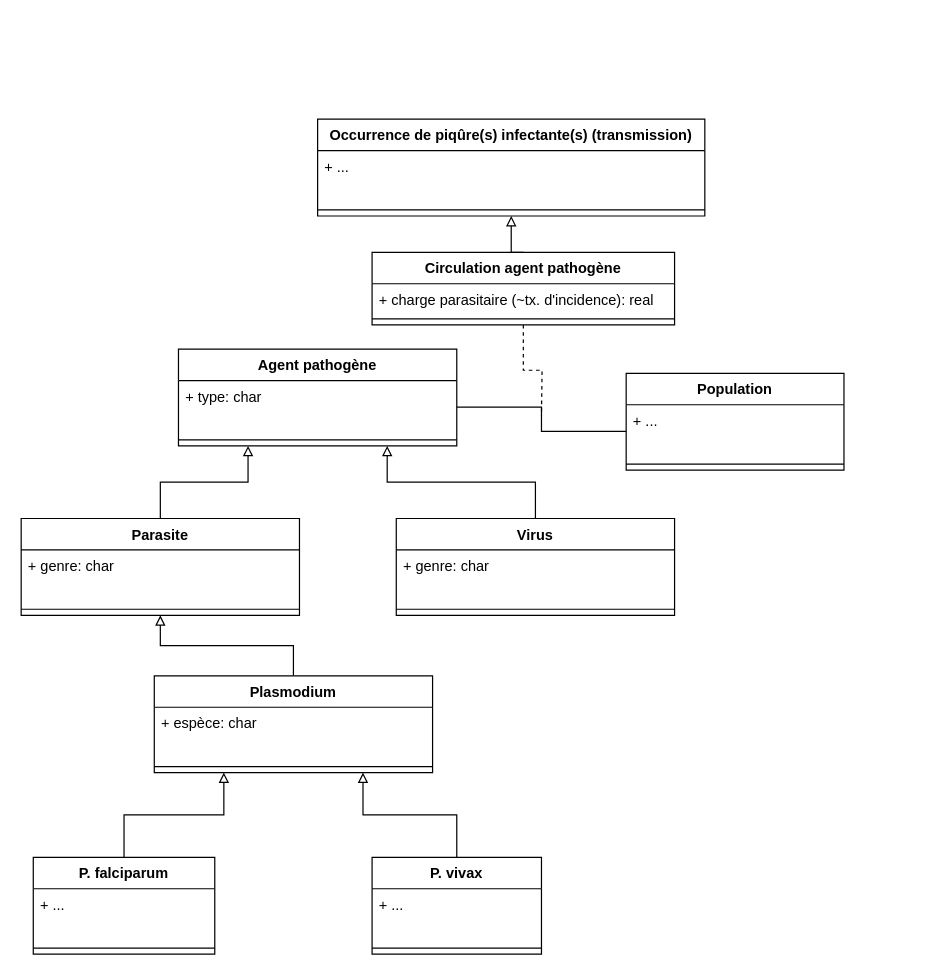
EmmanuelRouxIRD/PROGYSAT-VecTrans keeps this draw.io diagram as transmission.drawio. Above is the earlier version. Source tidied: cells renumbered, new cells numbered last; positions are measured from the earlier drawing's top-left corner, leaving out a move shared by most shapes. Both pictures are drawn from the tidied source at 121%, with x=0, y=0 at pixel (21, 119).
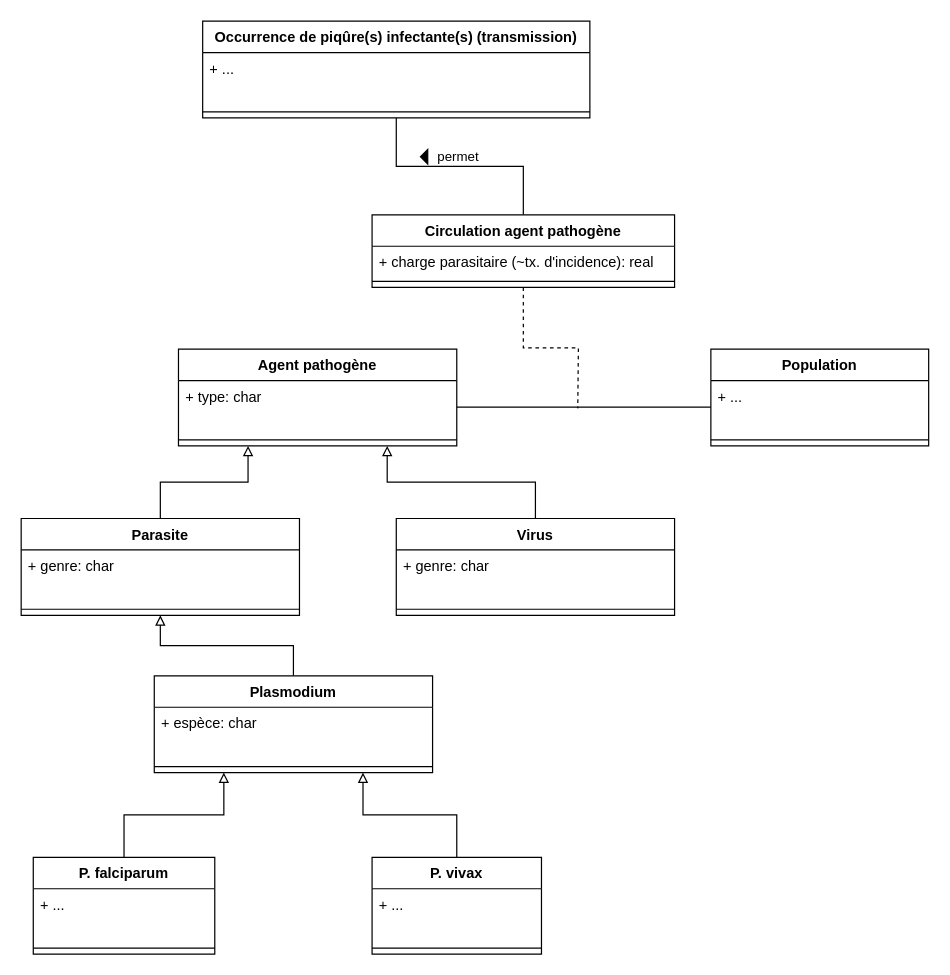
After the change.

What changed in the source:
```diff
@@
     <mxCell id="2" value="Occurrence de piqûre(s) infectante(s) (transmission)" style="swimlane;fontStyle=1;align=center;verticalAlign=top;horizontal=1;startSize=26;" parent="1" vertex="1">
-      <mxGeometry x="245" width="320" height="80" as="geometry" />
+      <mxGeometry x="150" y="-81" width="320" height="80" as="geometry" />
     </mxCell>
@@
-    <mxCell id="5" style="edgeStyle=orthogonalEdgeStyle;rounded=0;jettySize=auto;html=1;exitX=0.5;exitY=0;exitDx=0;exitDy=0;entryX=0.5;entryY=1;entryDx=0;entryDy=0;endArrow=block;endFill=0;" parent="1" edge="1" source="22" target="2">
+    <mxCell id="5" style="edgeStyle=orthogonalEdgeStyle;rounded=0;jettySize=auto;html=1;exitX=0.5;exitY=0;exitDx=0;exitDy=0;entryX=0.5;entryY=1;entryDx=0;entryDy=0;endArrow=none;endFill=0;" parent="1" edge="1" source="22" target="2">
       <mxGeometry relative="1" as="geometry" />
     </mxCell>
+    <mxCell id="37" value="permet" style="edgeLabel;html=1;align=center;verticalAlign=middle;" parent="5" vertex="1">
+      <mxGeometry x="-0.12" y="1" relative="1" as="geometry">
+        <mxPoint x="-14" y="-10" as="offset" />
+      </mxGeometry>
+    </mxCell>
@@
     <mxCell id="9" value="Population" style="swimlane;fontStyle=1;align=center;verticalAlign=top;horizontal=1;startSize=26;" parent="1" vertex="1">
-      <mxGeometry x="500" y="210" width="180" height="80" as="geometry" />
+      <mxGeometry x="570" y="190" width="180" height="80" as="geometry" />
     </mxCell>
@@
     <mxCell id="21" style="edgeStyle=orthogonalEdgeStyle;rounded=0;jettySize=auto;html=1;exitX=0.5;exitY=1;exitDx=0;exitDy=0;endArrow=none;endFill=0;dashed=1;" parent="1" edge="1" source="22">
       <mxGeometry relative="1" as="geometry">
-        <mxPoint x="430" y="245" as="targetPoint" />
+        <mxPoint x="460" y="239" as="targetPoint" />
       </mxGeometry>
     </mxCell>
     <mxCell id="22" value="Circulation agent pathogène" style="swimlane;fontStyle=1;align=center;verticalAlign=top;horizontal=1;startSize=26;" parent="1" vertex="1">
-      <mxGeometry x="290" y="110" width="250" height="60" as="geometry" />
+      <mxGeometry x="290" y="79" width="250" height="60" as="geometry" />
     </mxCell>
@@
+    <mxCell id="38" style="triangle;fillColor=#000000;direction=west;" parent="1" vertex="1">
+      <mxGeometry x="330" y="25" width="6" height="12" as="geometry" />
+    </mxCell>
```
